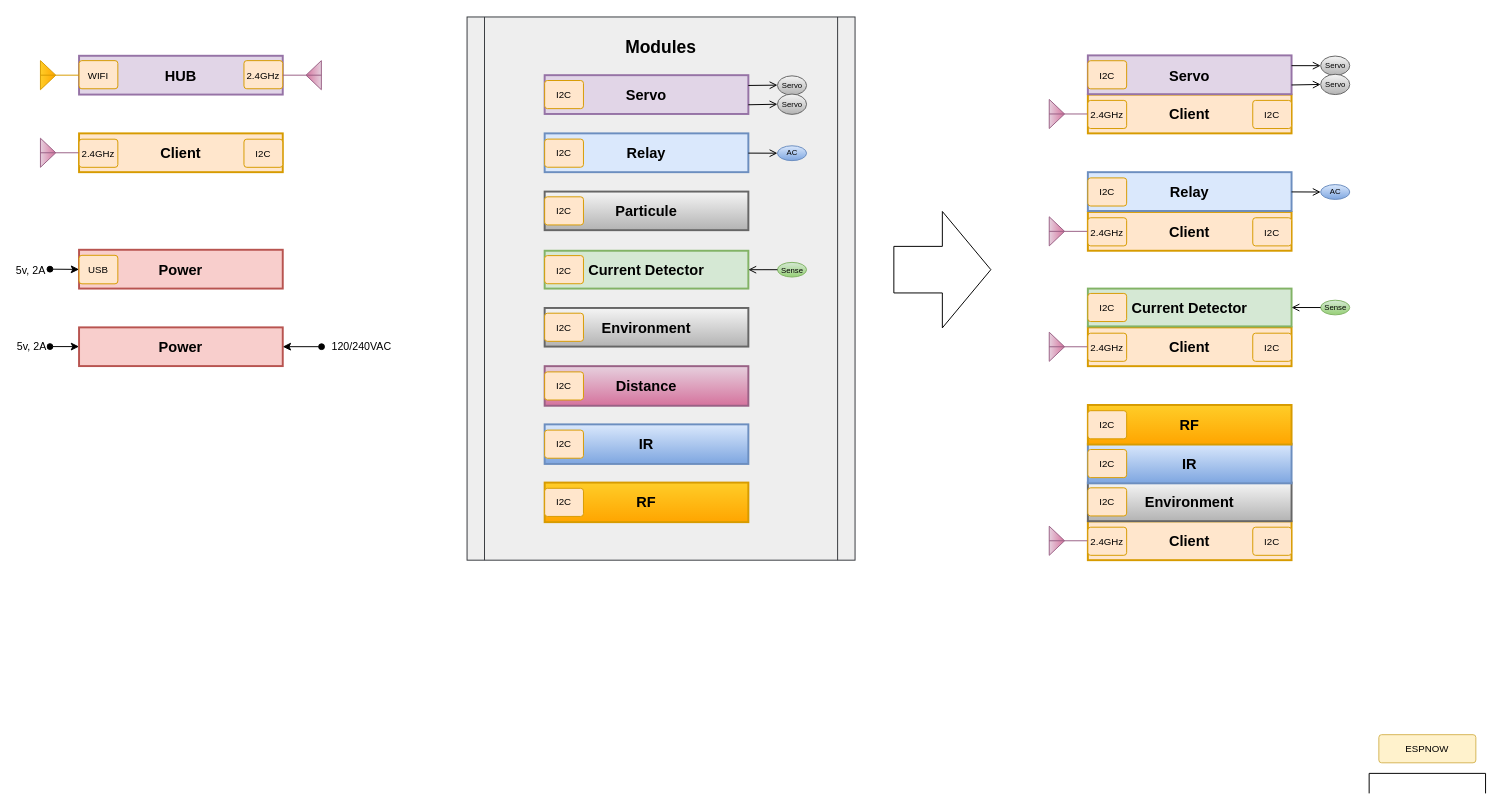
Before: page "System Design" (2 of 7) of system_design.drawio in crgmakes/aquarius-design, a draw.io diagram. Source tidied: cells renumbered, new cells numbered last; positions are measured from the earlier drawing's top-left corner, leaving out a move shared by most shapes. Both pictures are drawn from the tidied source at 97%, with x=0, y=0 at pixel (40, 16).
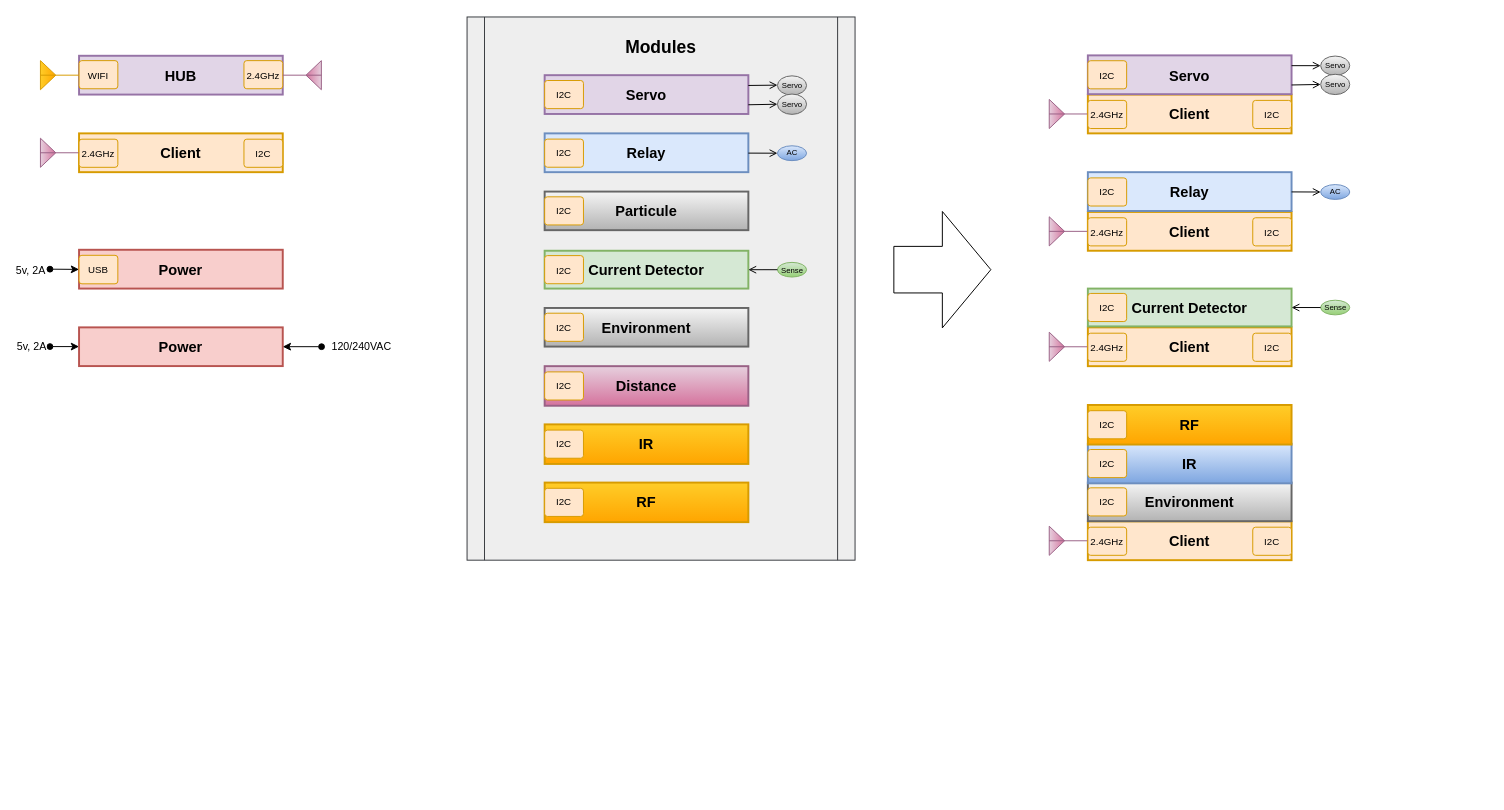
After the change.

The change refers to these unchanged cells:
```xml
<mxCell id="56" style="group;" parent="1" vertex="1">
  <mxGeometry x="520" y="420" width="210" height="40.8" as="geometry" />
</mxCell>
```

What changed in the source:
```diff
@@
-    <mxCell id="3" value="ESPNOW" style="rounded=1;arcSize=10;whiteSpace=wrap;html=1;align=center;fillColor=#fff2cc;strokeColor=#d6b656;fontSize=10;" parent="1" vertex="1">
-      <mxGeometry x="1380" y="739.9" width="100" height="29" as="geometry" />
-    </mxCell>
-    <mxCell id="4" style="shape=partialRectangle;whiteSpace=wrap;html=1;bottom=1;right=1;left=1;top=0;fillColor=none;routingCenterX=-0.5;rotation=-180;" parent="1" vertex="1">
-      <mxGeometry x="1370" y="779.8" width="120" height="20.1" as="geometry" />
-    </mxCell>
@@
-    <mxCell id="57" value="IR" style="rounded=0;whiteSpace=wrap;html=1;fillColor=#dae8fc;strokeWidth=2;fontStyle=1;fontFamily=Caros;fontSize=15;verticalAlign=middle;strokeColor=#6c8ebf;gradientColor=#7ea6e0;" parent="56" vertex="1">
+    <mxCell id="57" value="IR" style="rounded=0;whiteSpace=wrap;html=1;fillColor=#ffcd28;strokeWidth=2;fontStyle=1;fontFamily=Caros;fontSize=15;verticalAlign=middle;strokeColor=#d79b00;gradientColor=#ffa500;" parent="56" vertex="1">
       <mxGeometry width="210" height="40.8" as="geometry" />
     </mxCell>
```
